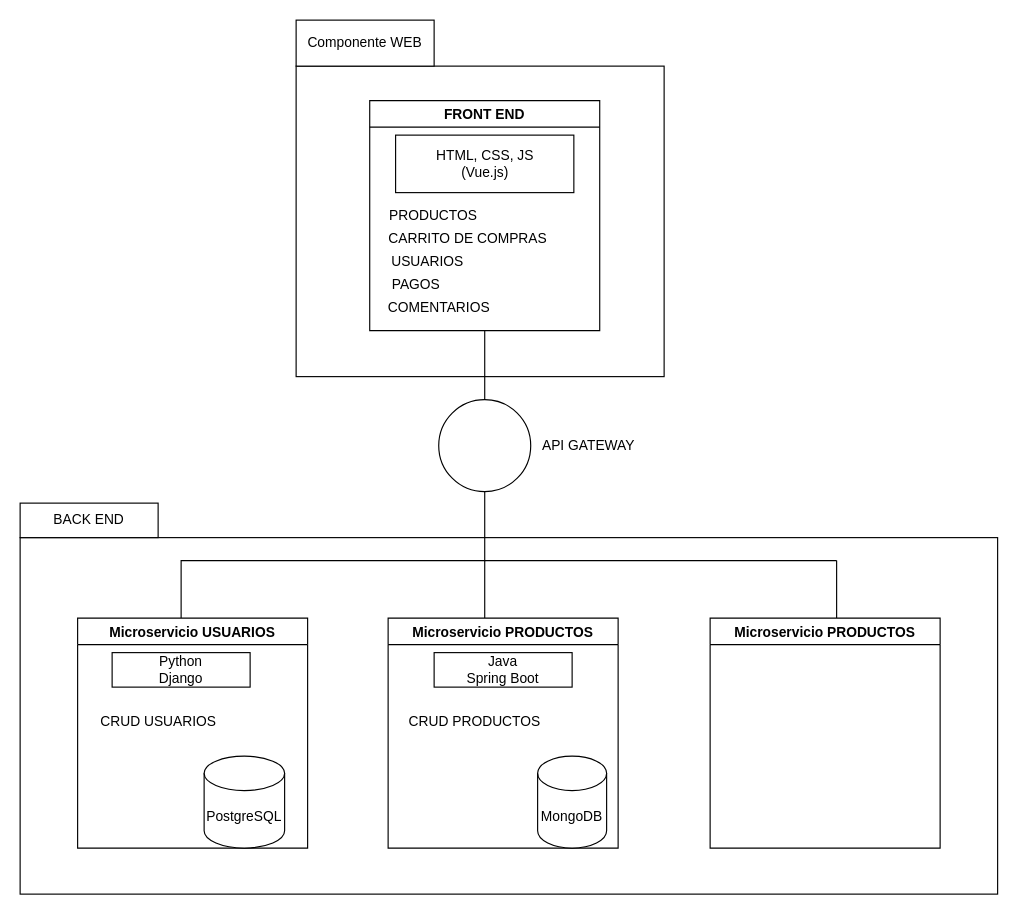
EdinsonSB11/4a-docs keeps this draw.io diagram as Untitled Diagram.drawio. Above is the earlier version. Source tidied: cells renumbered, new cells numbered last; positions are measured from the earlier drawing's top-left corner, leaving out a move shared by most shapes. Both pictures are drawn from the tidied source at 115%, with x=0, y=0 at pixel (20, 20).
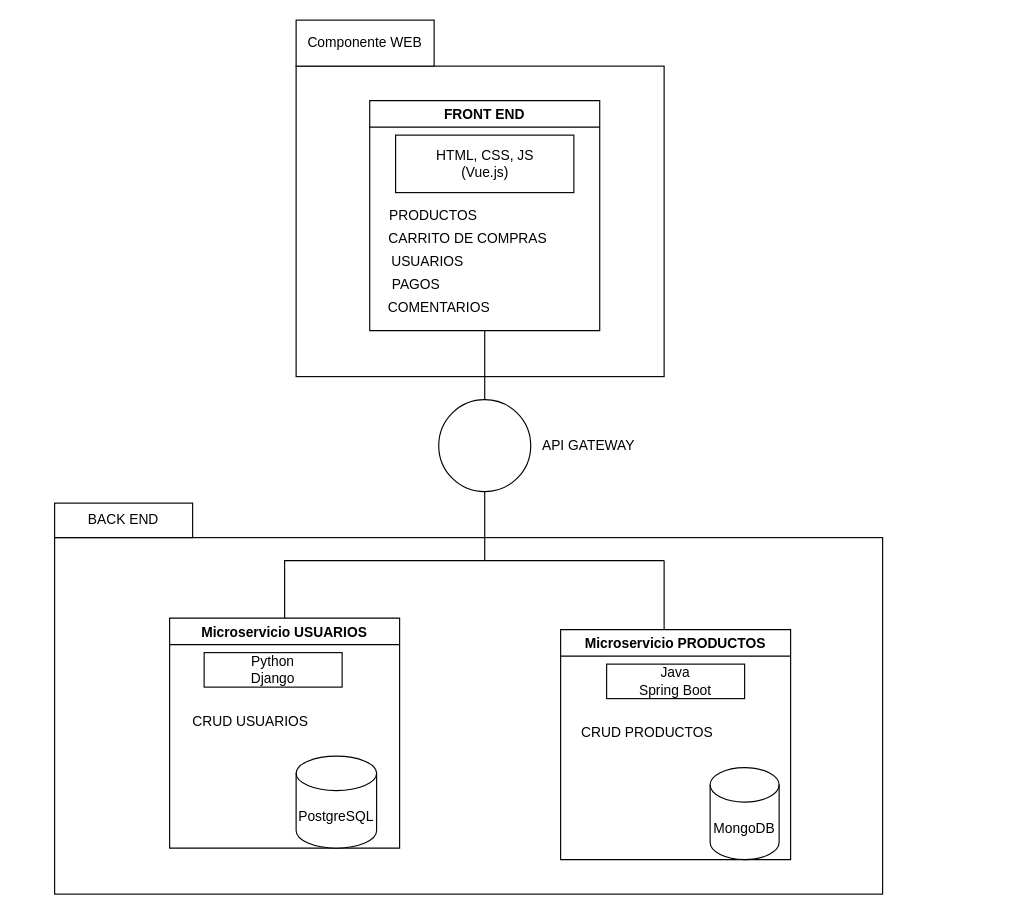
After the change.

Commit message:
Arquitectura FarmHouse 2

What changed in the source:
```diff
@@
     <mxCell id="3" style="rounded=0;whiteSpace=wrap;html=1;gradientColor=none;" parent="1" vertex="1">
-      <mxGeometry y="450" width="850" height="310" as="geometry" />
+      <mxGeometry x="30" y="450" width="720" height="310" as="geometry" />
     </mxCell>
@@
     <mxCell id="14" style="shape=partialRectangle;whiteSpace=wrap;html=1;bottom=0;right=0;fillColor=none;" parent="1" vertex="1">
-      <mxGeometry x="140" y="470" width="264" height="60" as="geometry" />
+      <mxGeometry x="230" y="470" width="174" height="60" as="geometry" />
     </mxCell>
     <mxCell id="15" value="Microservicio USUARIOS" style="swimlane;gradientColor=none;" parent="1" vertex="1">
-      <mxGeometry x="50" y="520" width="200" height="200" as="geometry" />
+      <mxGeometry x="130" y="520" width="200" height="200" as="geometry" />
     </mxCell>
@@
     <mxCell id="19" value="Microservicio PRODUCTOS" style="swimlane;gradientColor=none;" parent="1" vertex="1">
-      <mxGeometry x="320" y="520" width="200" height="200" as="geometry" />
+      <mxGeometry x="470" y="530" width="200" height="200" as="geometry" />
     </mxCell>
@@
     <mxCell id="23" style="endArrow=none;html=1;rounded=0;exitX=1;exitY=0;exitDx=0;exitDy=0;" parent="1" edge="1" source="14">
       <mxGeometry relative="1" as="geometry">
-        <mxPoint x="710" y="470" as="targetPoint" />
+        <mxPoint x="560" y="470" as="targetPoint" />
       </mxGeometry>
     </mxCell>
-    <mxCell id="24" style="endArrow=none;html=1;rounded=0;entryX=1;entryY=0;entryDx=0;entryDy=0;exitX=0.42;exitY=0;exitDx=0;exitDy=0;exitPerimeter=0;" parent="1" edge="1" source="19" target="14">
-      <mxGeometry relative="1" as="geometry" />
-    </mxCell>
     <mxCell id="25" style="endArrow=none;html=1;rounded=0;" parent="1" edge="1">
       <mxGeometry relative="1" as="geometry">
-        <mxPoint x="710" y="520" as="sourcePoint" />
-        <mxPoint x="710" y="470" as="targetPoint" />
+        <mxPoint x="560" y="530" as="sourcePoint" />
+        <mxPoint x="560" y="470" as="targetPoint" />
+        <Array as="points">
+          <mxPoint x="560" y="500" />
+        </Array>
       </mxGeometry>
     </mxCell>
-    <mxCell id="26" value="Microservicio PRODUCTOS" style="swimlane;gradientColor=none;" parent="1" vertex="1">
-      <mxGeometry x="600" y="520" width="200" height="200" as="geometry" />
-    </mxCell>
@@
     <mxCell id="28" value="BACK END" style="rounded=0;whiteSpace=wrap;html=1;gradientColor=none;" parent="1" vertex="1">
-      <mxGeometry y="420" width="120" height="30" as="geometry" />
+      <mxGeometry x="30" y="420" width="120" height="30" as="geometry" />
     </mxCell>
```
